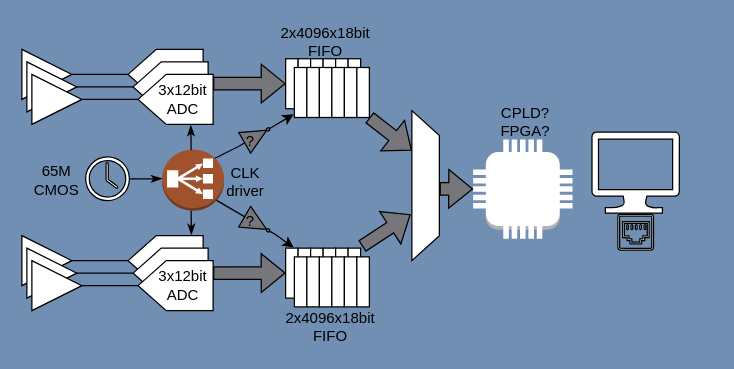
Earlier version of the draw.io diagram ADC/ADC_interface.drawio (robsva/drawio). Source tidied: cells renumbered, new cells numbered last; positions are measured from the earlier drawing's top-left corner, leaving out a move shared by most shapes. Both pictures are drawn from the tidied source at 125%, with x=0, y=0 at pixel (21, 31).
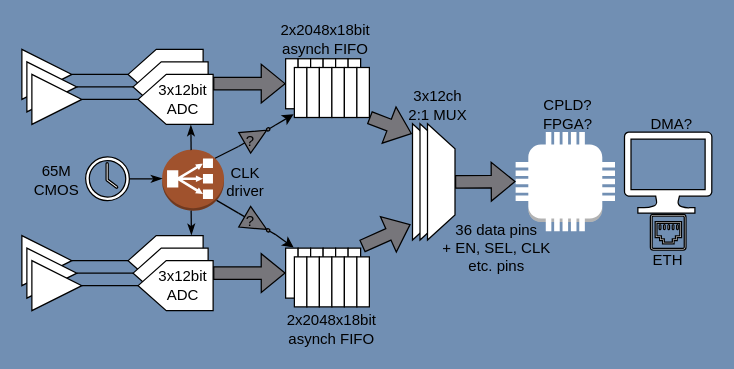
The same diagram, later.

Unchanged cells that the change refers to:
```xml
<mxCell id="33" style="rounded=0;whiteSpace=wrap;html=1;" parent="1" vertex="1">
  <mxGeometry x="261" y="173" width="10" height="40" as="geometry" />
</mxCell>
<mxCell id="49" style="rounded=0;whiteSpace=wrap;html=1;" parent="1" vertex="1">
  <mxGeometry x="268" y="28.5" width="10" height="40" as="geometry" />
</mxCell>
```

What changed in the source:
```diff
@@
-    <mxCell id="36" value="&lt;div&gt;2x4096x18bit&lt;/div&gt;&lt;div&gt;FIFO&lt;/div&gt;" style="text;html=1;align=center;verticalAlign=middle;whiteSpace=wrap;rounded=0;" parent="1" vertex="1">
-      <mxGeometry x="225" y="0.5" width="36" height="15" as="geometry" />
+    <mxCell id="36" value="&lt;div&gt;2x2048x18bit&lt;/div&gt;&lt;div&gt;asynch FIFO&lt;/div&gt;" style="text;html=1;align=center;verticalAlign=middle;whiteSpace=wrap;rounded=0;" parent="1" vertex="1">
+      <mxGeometry x="220" y="-1.5" width="46" height="15" as="geometry" />
     </mxCell>
@@
-    <mxCell id="56" value="&lt;div&gt;2x4096x18bit&lt;/div&gt;&lt;div&gt;FIFO&lt;/div&gt;" style="text;html=1;align=center;verticalAlign=middle;whiteSpace=wrap;rounded=0;" parent="1" vertex="1">
-      <mxGeometry x="229" y="228" width="36" height="15" as="geometry" />
-    </mxCell>
@@
-    <mxCell id="63" value="&amp;nbsp;" style="text;whiteSpace=wrap;html=1;" parent="1" vertex="1">
-      <mxGeometry x="201" y="124" width="40" height="40" as="geometry" />
-    </mxCell>
@@
     <mxCell id="66" style="verticalLabelPosition=bottom;html=1;verticalAlign=top;align=center;shape=mxgraph.azure.computer;" parent="1" vertex="1">
-      <mxGeometry x="456" y="80.2" width="70" height="64.7" as="geometry" />
+      <mxGeometry x="482" y="80.2" width="70" height="64.7" as="geometry" />
     </mxCell>
     <mxCell id="67" style="sketch=0;shadow=0;dashed=0;html=1;labelPosition=center;verticalLabelPosition=bottom;verticalAlign=top;align=center;shape=mxgraph.vvd.ethernet_port;" parent="1" vertex="1">
-      <mxGeometry x="476.8" y="146" width="28.5" height="28.5" as="geometry" />
+      <mxGeometry x="502.8" y="146" width="28.5" height="28.5" as="geometry" />
     </mxCell>
     <mxCell id="68" style="outlineConnect=0;dashed=0;verticalLabelPosition=bottom;verticalAlign=top;align=center;html=1;shape=mxgraph.aws3.coffee_pot;" parent="1" vertex="1">
-      <mxGeometry x="361" y="86" width="79.5" height="79.5" as="geometry" />
+      <mxGeometry x="395" y="80" width="79.5" height="79.5" as="geometry" />
     </mxCell>
     <mxCell id="69" value="CPLD? FPGA?" style="text;html=1;align=center;verticalAlign=middle;whiteSpace=wrap;rounded=0;" parent="1" vertex="1">
-      <mxGeometry x="385" y="64.5" width="36" height="15" as="geometry" />
+      <mxGeometry x="419" y="58.5" width="36" height="15" as="geometry" />
     </mxCell>
     <mxCell id="70" style="shape=trapezoid;perimeter=trapezoidPerimeter;whiteSpace=wrap;html=1;fixedSize=1;rotation=90;" parent="1" vertex="1">
-      <mxGeometry x="263" y="112" width="120" height="22" as="geometry" />
+      <mxGeometry x="277" y="109" width="93" height="22" as="geometry" />
     </mxCell>
-    <mxCell id="71" style="shape=flexArrow;endArrow=classic;html=1;rounded=0;entryX=1;entryY=0.5;entryDx=0;entryDy=0;fillColor=#77767b;exitX=1;exitY=1;exitDx=0;exitDy=0;" parent="1" edge="1" source="49">
+    <mxCell id="71" style="shape=flexArrow;endArrow=classic;html=1;rounded=0;entryX=0.5;entryY=1;entryDx=0;entryDy=0;fillColor=#77767b;exitX=1;exitY=1;exitDx=0;exitDy=0;" parent="1" edge="1" source="49">
       <mxGeometry relative="1" as="geometry">
-        <mxPoint x="312" y="95" as="targetPoint" />
+        <mxPoint x="312" y="81.5" as="targetPoint" />
       </mxGeometry>
     </mxCell>
-    <mxCell id="72" style="shape=flexArrow;endArrow=classic;html=1;rounded=0;entryX=1;entryY=0.5;entryDx=0;entryDy=0;fillColor=#77767b;exitX=1.107;exitY=-0.038;exitDx=0;exitDy=0;exitPerimeter=0;" parent="1" edge="1" source="33">
+    <mxCell id="72" style="shape=flexArrow;endArrow=classic;html=1;rounded=0;fillColor=#77767b;exitX=1.107;exitY=-0.038;exitDx=0;exitDy=0;exitPerimeter=0;" parent="1" edge="1" source="33">
       <mxGeometry relative="1" as="geometry">
-        <mxPoint x="311" y="146" as="targetPoint" />
+        <mxPoint x="311" y="154" as="targetPoint" />
       </mxGeometry>
     </mxCell>
-    <mxCell id="73" style="shape=flexArrow;endArrow=classic;html=1;rounded=0;entryX=0;entryY=0.5;entryDx=0;entryDy=0;exitX=0.521;exitY=-0.009;exitDx=0;exitDy=0;fillColor=#77767b;exitPerimeter=0;entryPerimeter=0;" parent="1" edge="1" source="70" target="68">
+    <mxCell id="73" style="shape=flexArrow;endArrow=block;html=1;rounded=0;fillColor=#77767b;exitX=0.5;exitY=0;exitDx=0;exitDy=0;entryX=0;entryY=0.5;entryDx=0;entryDy=0;entryPerimeter=0;" parent="1" edge="1" source="75" target="68">
       <mxGeometry relative="1" as="geometry" />
     </mxCell>
+    <mxCell id="74" style="shape=trapezoid;perimeter=trapezoidPerimeter;whiteSpace=wrap;html=1;fixedSize=1;rotation=90;" parent="1" vertex="1">
+      <mxGeometry x="283" y="109" width="93" height="22" as="geometry" />
+    </mxCell>
+    <mxCell id="75" style="shape=trapezoid;perimeter=trapezoidPerimeter;whiteSpace=wrap;html=1;fixedSize=1;rotation=90;" parent="1" vertex="1">
+      <mxGeometry x="289" y="109" width="93" height="22" as="geometry" />
+    </mxCell>
+    <mxCell id="76" value="ETH" style="text;html=1;align=center;verticalAlign=middle;whiteSpace=wrap;rounded=0;" parent="1" vertex="1">
+      <mxGeometry x="499.2" y="175.5" width="36" height="15" as="geometry" />
+    </mxCell>
+    <mxCell id="77" value="&lt;div&gt;3x12ch 2:1 MUX&lt;/div&gt;" style="text;html=1;align=center;verticalAlign=middle;whiteSpace=wrap;rounded=0;" parent="1" vertex="1">
+      <mxGeometry x="308" y="51" width="50" height="15" as="geometry" />
+    </mxCell>
+    <mxCell id="78" value="DMA?" style="text;html=1;align=center;verticalAlign=middle;whiteSpace=wrap;rounded=0;" parent="1" vertex="1">
+      <mxGeometry x="502.2" y="66.5" width="36" height="15" as="geometry" />
+    </mxCell>
+    <mxCell id="79" value="&lt;div&gt;2x2048x18bit&lt;/div&gt;&lt;div&gt;asynch FIFO&lt;/div&gt;" style="text;html=1;align=center;verticalAlign=middle;whiteSpace=wrap;rounded=0;" parent="1" vertex="1">
+      <mxGeometry x="225" y="230" width="46" height="15" as="geometry" />
+    </mxCell>
+    <mxCell id="80" value="&lt;div&gt;36 data pins&lt;/div&gt;&lt;div&gt;+ EN, SEL, CLK etc. pins&lt;br&gt;&lt;/div&gt;" style="text;html=1;align=center;verticalAlign=middle;whiteSpace=wrap;rounded=0;" parent="1" vertex="1">
+      <mxGeometry x="335" y="165" width="90" height="15" as="geometry" />
+    </mxCell>
```
